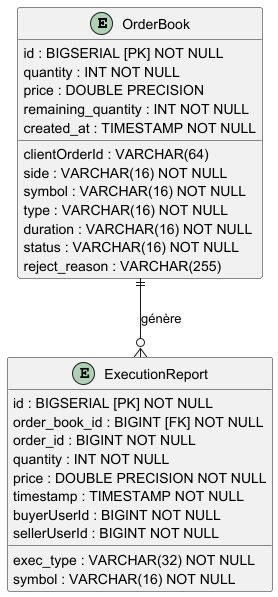
Before: docs/persistance/schemas/schema_er_matching-service.png, a diagram exported from PlantUML (Hugo-12341234/BrokerX_MicroServices).
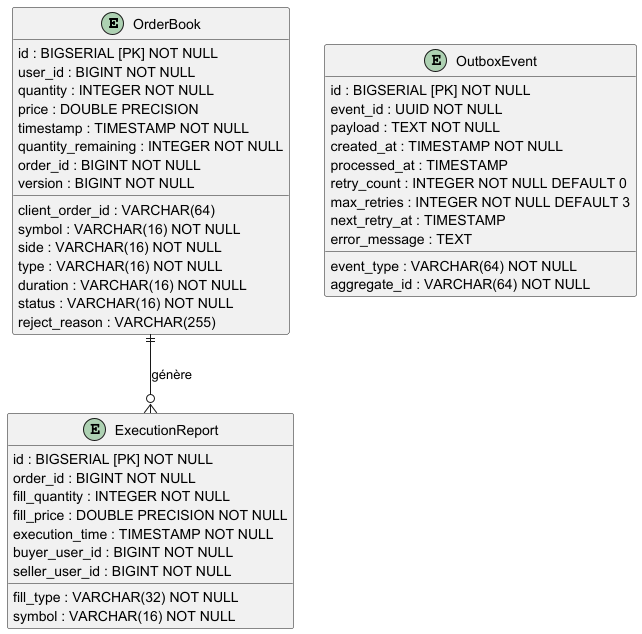
Above is the later version.

The edit, as a diff of the source:
```diff
@@ -1,29 +1,47 @@
 @startuml
 entity "OrderBook" as ob {
   id : BIGSERIAL [PK] NOT NULL
-  clientOrderId : VARCHAR(64)
-    side : VARCHAR(16) NOT NULL
+  client_order_id : VARCHAR(64)
+  user_id : BIGINT NOT NULL
   symbol : VARCHAR(16) NOT NULL
-    type : VARCHAR(16) NOT NULL
-    quantity : INT NOT NULL
-    price : DOUBLE PRECISION
-    duration : VARCHAR(16) NOT NULL
-    status : VARCHAR(16) NOT NULL
-    reject_reason : VARCHAR(255)
-    remaining_quantity : INT NOT NULL
-  created_at : TIMESTAMP NOT NULL
+  side : VARCHAR(16) NOT NULL
+  type : VARCHAR(16) NOT NULL
+  quantity : INTEGER NOT NULL
+  price : DOUBLE PRECISION
+  duration : VARCHAR(16) NOT NULL
+  timestamp : TIMESTAMP NOT NULL
+  status : VARCHAR(16) NOT NULL
+  reject_reason : VARCHAR(255)
+  quantity_remaining : INTEGER NOT NULL
+  order_id : BIGINT NOT NULL
+  version : BIGINT NOT NULL
 }
+
 entity "ExecutionReport" as er {
   id : BIGSERIAL [PK] NOT NULL
-  order_book_id : BIGINT [FK] NOT NULL
   order_id : BIGINT NOT NULL
-  exec_type : VARCHAR(32) NOT NULL
-  quantity : INT NOT NULL
-  price : DOUBLE PRECISION NOT NULL
-  timestamp : TIMESTAMP NOT NULL
-  buyerUserId : BIGINT NOT NULL
-  sellerUserId : BIGINT NOT NULL
+  fill_quantity : INTEGER NOT NULL
+  fill_price : DOUBLE PRECISION NOT NULL
+  fill_type : VARCHAR(32) NOT NULL
+  execution_time : TIMESTAMP NOT NULL
+  buyer_user_id : BIGINT NOT NULL
+  seller_user_id : BIGINT NOT NULL
   symbol : VARCHAR(16) NOT NULL
 }
+
+entity "OutboxEvent" as oe {
+  id : BIGSERIAL [PK] NOT NULL
+  event_id : UUID NOT NULL
+  event_type : VARCHAR(64) NOT NULL
+  aggregate_id : VARCHAR(64) NOT NULL
+  payload : TEXT NOT NULL
+  created_at : TIMESTAMP NOT NULL
+  processed_at : TIMESTAMP
+  retry_count : INTEGER NOT NULL DEFAULT 0
+  max_retries : INTEGER NOT NULL DEFAULT 3
+  next_retry_at : TIMESTAMP
+  error_message : TEXT
+}
+
 ob ||--o{ er : "génère"
 @enduml
```
